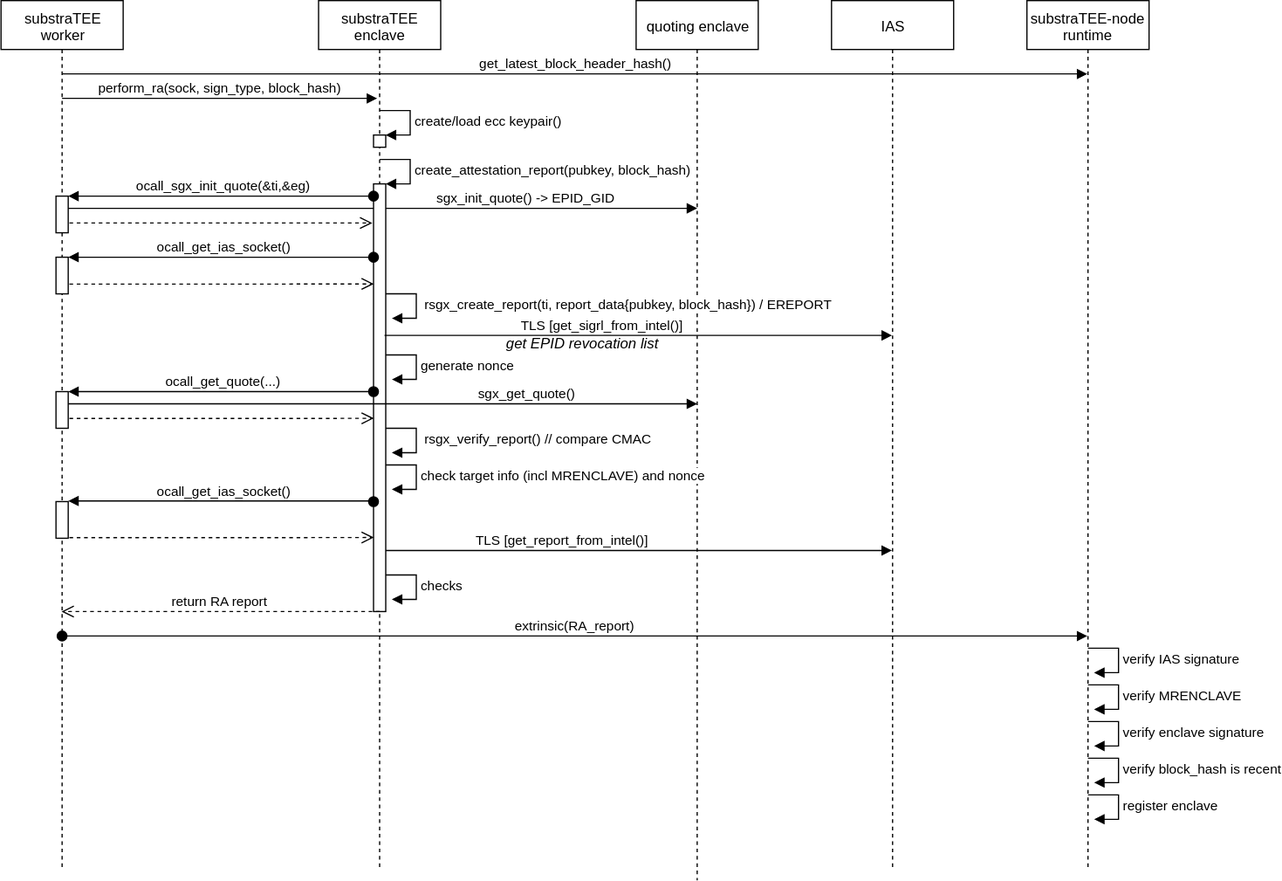
The draw.io diagram attestation_registry_sequence.svg in integritee-network/substraTEE, before a commit. Source tidied: cells renumbered, new cells last; positions are measured from the earlier drawing's top-left corner, leaving out a move shared by most shapes.
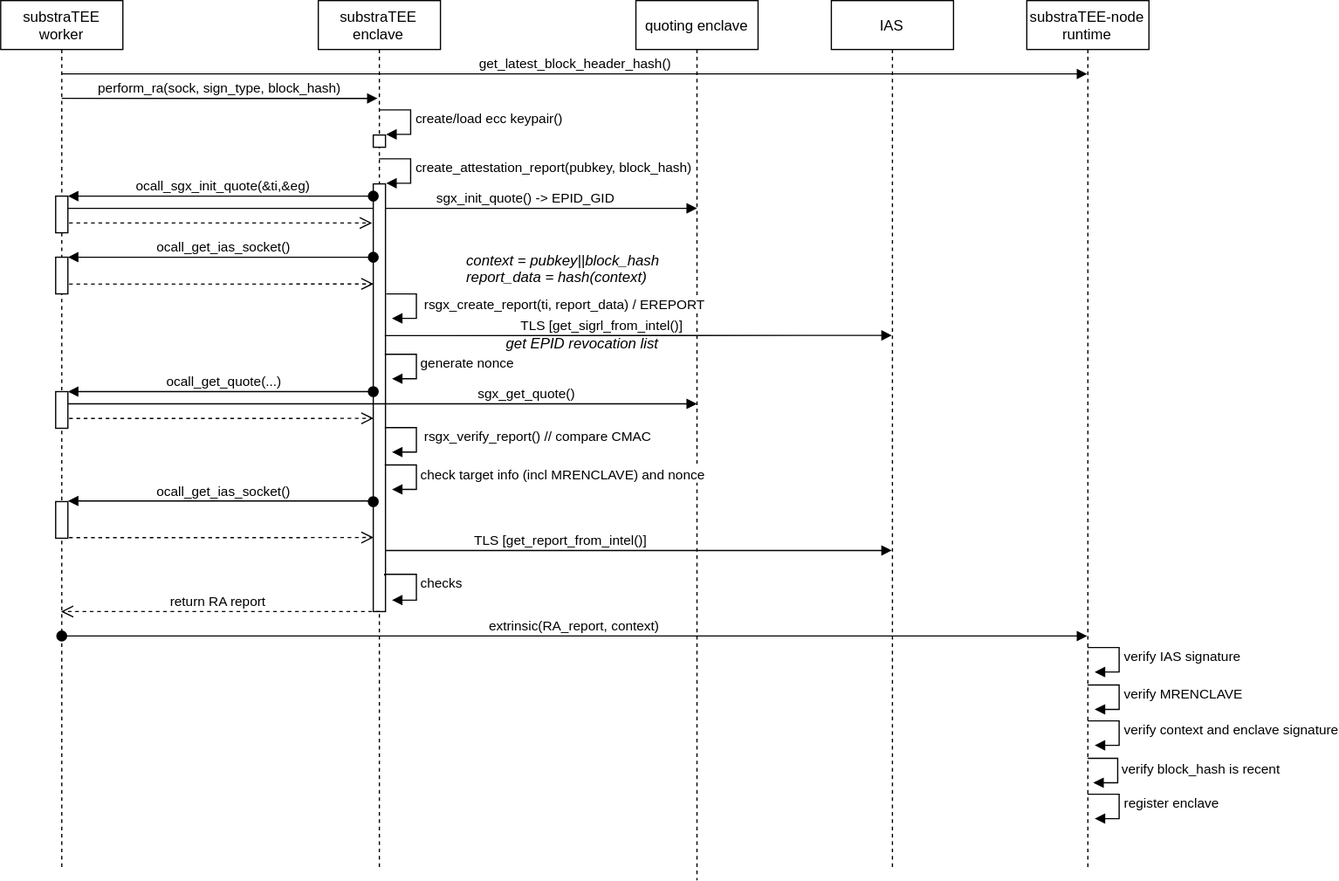
Above is the later version.

Commit message:
explaining context

Change to the diagram source:
```diff
@@ -28,7 +28,7 @@
     <mxCell id="6" style="html=1;points=[];perimeter=orthogonalPerimeter;" parent="2" vertex="1">
       <mxGeometry x="45" y="210" width="10" height="30" as="geometry" />
     </mxCell>
-    <mxCell id="7" value="extrinsic(RA_report)" style="html=1;verticalAlign=bottom;startArrow=oval;startFill=1;endArrow=block;startSize=8;" parent="2" edge="1" target="36">
+    <mxCell id="7" value="extrinsic(RA_report, context)" style="html=1;verticalAlign=bottom;startArrow=oval;startFill=1;endArrow=block;startSize=8;" parent="2" edge="1" target="36">
       <mxGeometry relative="1" as="geometry">
         <mxPoint x="50" y="520" as="sourcePoint" />
       </mxGeometry>
@@ -107,7 +107,7 @@
     <mxCell id="21" value="get EPID revocation list" style="text;html=1;strokeColor=none;fillColor=none;align=center;verticalAlign=middle;whiteSpace=wrap;rounded=0;fontStyle=2;" parent="1" vertex="1">
       <mxGeometry x="390" y="270" width="170" height="20" as="geometry" />
     </mxCell>
-    <mxCell id="22" value="&amp;nbsp;rsgx_create_report(ti, report_data{pubkey, block_hash}) / EREPORT" style="edgeStyle=orthogonalEdgeStyle;html=1;align=left;spacingLeft=2;endArrow=block;rounded=0;entryX=1;entryY=0;" parent="1" edge="1">
+    <mxCell id="22" value="&amp;nbsp;rsgx_create_report(ti, report_data) / EREPORT" style="edgeStyle=orthogonalEdgeStyle;html=1;align=left;spacingLeft=2;endArrow=block;rounded=0;entryX=1;entryY=0;" parent="1" edge="1">
       <mxGeometry relative="1" as="geometry">
         <mxPoint x="315" y="240" as="sourcePoint" />
         <mxPoint x="320" y="259.8" as="targetPoint" />
@@ -243,7 +243,7 @@
         </Array>
       </mxGeometry>
     </mxCell>
-    <mxCell id="40" value="verify enclave signature" style="edgeStyle=orthogonalEdgeStyle;html=1;align=left;spacingLeft=2;endArrow=block;rounded=0;entryX=1;entryY=0;" parent="1" edge="1">
+    <mxCell id="40" value="verify context and enclave signature" style="edgeStyle=orthogonalEdgeStyle;html=1;align=left;spacingLeft=2;endArrow=block;rounded=0;entryX=1;entryY=0;" parent="1" edge="1">
       <mxGeometry relative="1" as="geometry">
         <mxPoint x="890" y="590" as="sourcePoint" />
         <mxPoint x="895" y="610" as="targetPoint" />
@@ -261,5 +261,8 @@
         </Array>
       </mxGeometry>
     </mxCell>
+    <mxCell id="42" value="&lt;div align=&quot;left&quot;&gt;&lt;i&gt;context = pubkey||block_hash&lt;/i&gt;&lt;/div&gt;&lt;div align=&quot;left&quot;&gt;&lt;i&gt;report_data = hash(context)&lt;/i&gt;&lt;/div&gt;" style="text;html=1;strokeColor=none;fillColor=none;align=center;verticalAlign=middle;whiteSpace=wrap;rounded=0;" parent="1" vertex="1">
+      <mxGeometry x="370" y="210" width="180" height="20" as="geometry" />
+    </mxCell>
   </root>
 </mxGraphModel>
```
